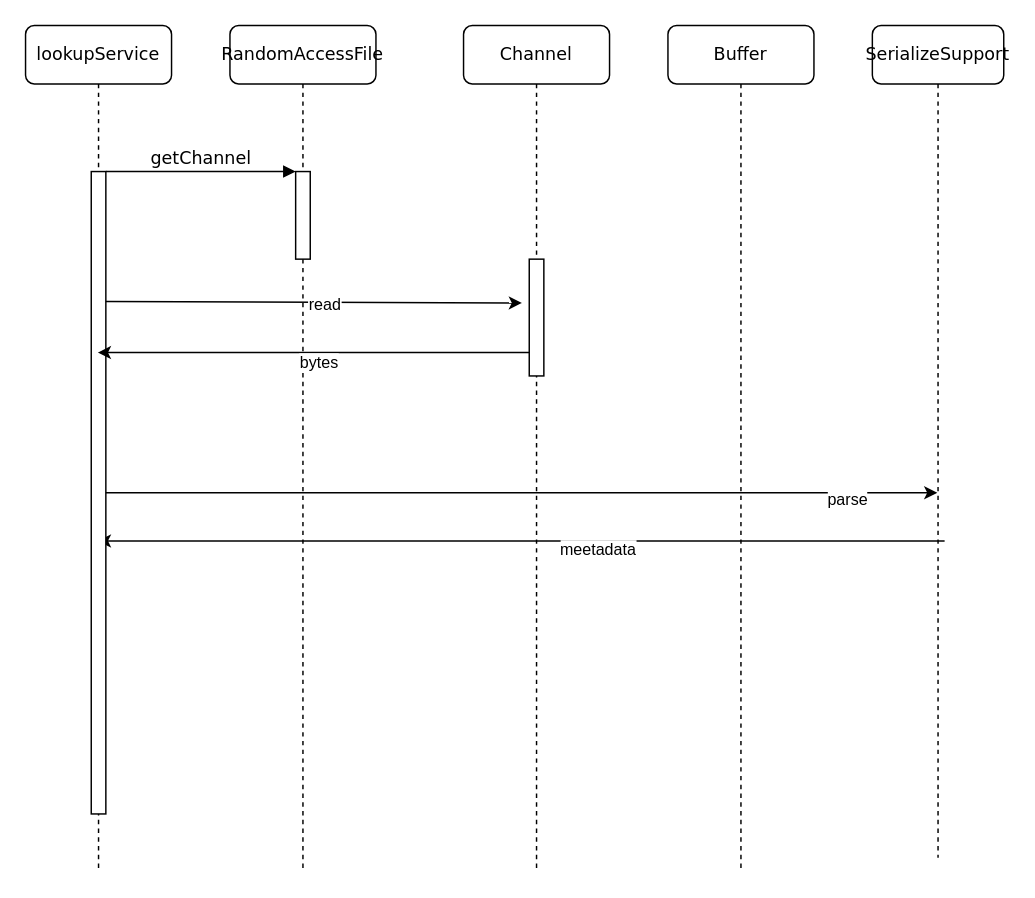
This is src/main/java/Untitled Diagram.drawio from yang2yang/Transformers, a draw.io file, before an edit. Source tidied: cells renumbered, new cells numbered last; positions are measured from the earlier drawing's top-left corner, leaving out a move shared by most shapes. Both pictures are drawn from the tidied source at 146%, with x=0, y=0 at pixel (25, 25).
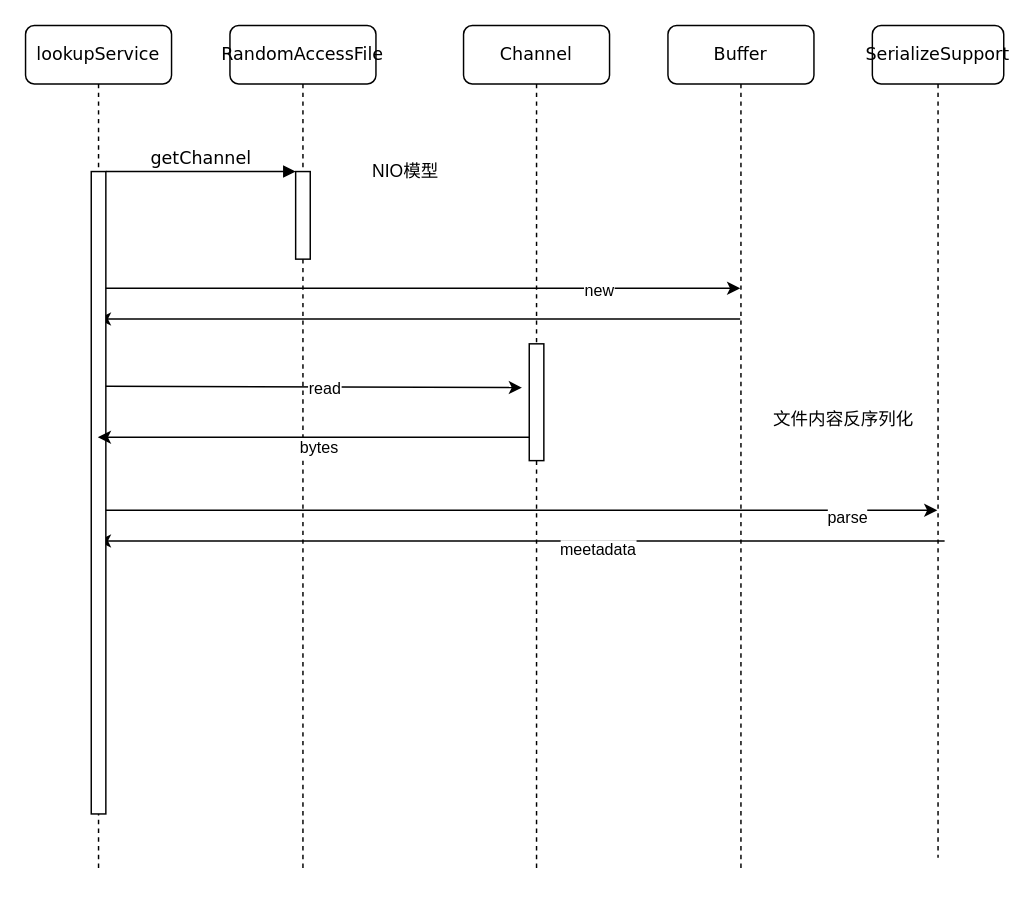
The same diagram, later.

The change refers to these unchanged cells:
```xml
<mxCell id="4" value="Channel" style="shape=umlLifeline;perimeter=lifelinePerimeter;whiteSpace=wrap;html=1;rounded=1;shadow=0;comic=0;labelBackgroundColor=none;strokeWidth=1;fontFamily=Verdana;fontSize=12;align=center;" parent="1" vertex="1">
  <mxGeometry x="300" width="100" height="580" as="geometry" />
</mxCell>
<mxCell id="9" value="SerializeSupport" style="shape=umlLifeline;perimeter=lifelinePerimeter;whiteSpace=wrap;html=1;outlineConnect=0;rounded=1;shadow=0;comic=0;labelBackgroundColor=none;strokeWidth=1;fontFamily=Verdana;fontSize=12;align=center;" parent="1" vertex="1">
  <mxGeometry x="580" width="90" height="570" as="geometry" />
</mxCell>
<mxCell id="10" value="lookupService" style="shape=umlLifeline;perimeter=lifelinePerimeter;whiteSpace=wrap;html=1;outlineConnect=0;rounded=1;shadow=0;comic=0;labelBackgroundColor=none;strokeWidth=1;fontFamily=Verdana;fontSize=12;align=center;" parent="1" vertex="1">
  <mxGeometry width="100" height="580" as="geometry" />
</mxCell>
<mxCell id="11" style="html=1;points=[];perimeter=orthogonalPerimeter;rounded=0;shadow=0;comic=0;labelBackgroundColor=none;strokeWidth=1;fontFamily=Verdana;fontSize=12;align=center;" parent="10" vertex="1">
  <mxGeometry x="45" y="100" width="10" height="440" as="geometry" />
</mxCell>
```

Change to the diagram source:
```diff
@@
     <mxCell id="5" style="html=1;perimeter=orthogonalPerimeter;rounded=0;shadow=0;comic=0;labelBackgroundColor=none;strokeWidth=1;fontFamily=Verdana;fontSize=12;align=center;" parent="4" vertex="1">
-      <mxGeometry x="45" y="160" width="10" height="80" as="geometry" />
+      <mxGeometry x="45" y="218" width="10" height="80" as="geometry" />
     </mxCell>
+    <mxCell id="19" style="edgeStyle=none;rounded=0;jettySize=auto;html=1;" parent="1" edge="1" target="10">
+      <mxGeometry relative="1" as="geometry">
+        <mxPoint x="489.5" y="201" as="sourcePoint" />
+      </mxGeometry>
+    </mxCell>
@@
     <mxCell id="13" style="edgeStyle=none;rounded=0;orthogonalLoop=1;jettySize=auto;html=1;" parent="1" edge="1">
       <mxGeometry relative="1" as="geometry">
-        <mxPoint x="55" y="189" as="sourcePoint" />
-        <mxPoint x="340" y="190" as="targetPoint" />
+        <mxPoint x="55" y="247" as="sourcePoint" />
+        <mxPoint x="340" y="248" as="targetPoint" />
       </mxGeometry>
     </mxCell>
@@
     <mxCell id="15" style="edgeStyle=none;rounded=0;orthogonalLoop=1;jettySize=auto;html=1;" parent="1" edge="1">
       <mxGeometry relative="1" as="geometry">
-        <mxPoint x="345" y="224" as="sourcePoint" />
-        <mxPoint x="49.5" y="224" as="targetPoint" />
+        <mxPoint x="345" y="282" as="sourcePoint" />
+        <mxPoint x="49.5" y="282" as="targetPoint" />
       </mxGeometry>
     </mxCell>
@@
-    <mxCell id="17" style="edgeStyle=none;rounded=0;jettySize=auto;html=1;" parent="1" edge="1" source="11" target="9">
-      <mxGeometry relative="1" as="geometry" />
+    <mxCell id="17" style="edgeStyle=none;rounded=0;orthogonalLoop=1;jettySize=auto;html=1;" parent="1" edge="1">
+      <mxGeometry relative="1" as="geometry">
+        <mxPoint x="55" y="332" as="sourcePoint" />
+        <mxPoint x="624.5" y="332" as="targetPoint" />
+      </mxGeometry>
     </mxCell>
@@
+    <mxCell id="20" value="NIO模型" style="text;html=1;align=center;verticalAlign=middle;fillColor=none;strokeColor=none;rounded=0;" parent="1" vertex="1">
+      <mxGeometry x="230" y="90" width="60" height="20" as="geometry" />
+    </mxCell>
+    <mxCell id="21" value="文件内容反序列化" style="text;html=1;align=center;verticalAlign=middle;strokeColor=none;fillColor=none;" parent="1" vertex="1">
+      <mxGeometry x="505" y="260" width="110" height="20" as="geometry" />
+    </mxCell>
+    <mxCell id="22" style="edgeStyle=none;rounded=0;orthogonalLoop=1;jettySize=auto;html=1;" parent="1" edge="1">
+      <mxGeometry relative="1" as="geometry">
+        <mxPoint x="55" y="180" as="sourcePoint" />
+        <mxPoint x="489.5" y="180" as="targetPoint" />
+      </mxGeometry>
+    </mxCell>
+    <mxCell id="23" value="new" style="edgeLabel;html=1;align=center;verticalAlign=middle;" parent="22" vertex="1">
+      <mxGeometry x="0.55" y="-1" relative="1" as="geometry" />
+    </mxCell>
```
